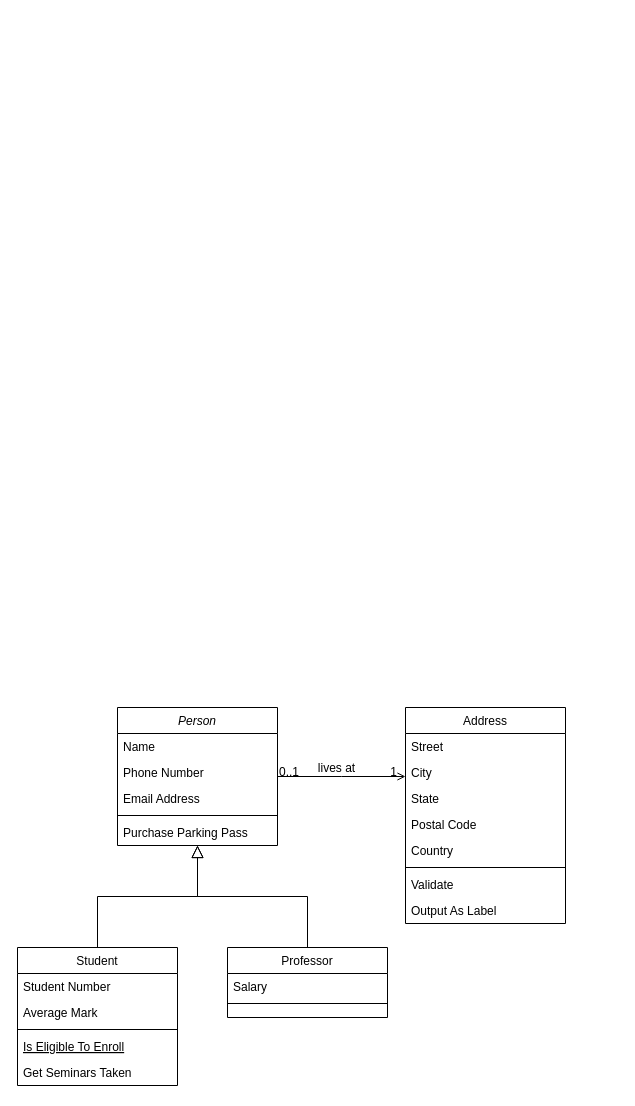
The draw.io diagram Untitled Diagram.drawio in lily-lorik/firstRepository, before the edit. Source tidied: cells renumbered, new cells numbered last; positions are measured from the earlier drawing's top-left corner, leaving out a move shared by most shapes. Both pictures are drawn from the tidied source at 100%, with x=0, y=0 at pixel (17, 707).
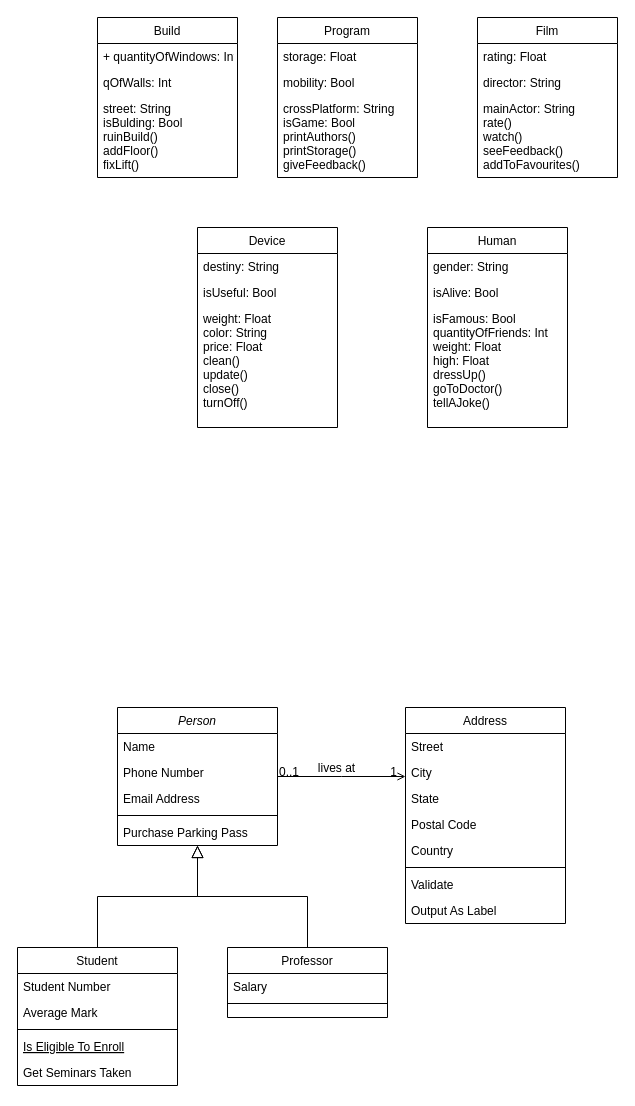
After the change.

Diff of the diagram source:
```diff
@@
+    <mxCell id="32" value="Build" style="swimlane;fontStyle=0;horizontal=1;startSize=26;fillColor=none;" parent="1" vertex="1">
+      <mxGeometry x="80" y="-690" width="140" height="160" as="geometry" />
+    </mxCell>
+    <mxCell id="33" value="+ quantityOfWindows: Int" style="text;strokeColor=none;fillColor=none;align=left;verticalAlign=top;spacingLeft=4;spacingRight=4;overflow=hidden;" parent="32" vertex="1">
+      <mxGeometry y="26" width="140" height="26" as="geometry" />
+    </mxCell>
+    <mxCell id="34" value="qOfWalls: Int" style="text;strokeColor=none;fillColor=none;align=left;verticalAlign=top;spacingLeft=4;spacingRight=4;overflow=hidden;" parent="32" vertex="1">
+      <mxGeometry y="52" width="140" height="26" as="geometry" />
+    </mxCell>
+    <mxCell id="35" value="street: String&#10;isBulding: Bool&#10;ruinBuild()&#10;addFloor()&#10;fixLift()" style="text;strokeColor=none;fillColor=none;align=left;verticalAlign=top;spacingLeft=4;spacingRight=4;overflow=hidden;" parent="32" vertex="1">
+      <mxGeometry y="78" width="140" height="82" as="geometry" />
+    </mxCell>
+    <mxCell id="36" value="Program" style="swimlane;fontStyle=0;horizontal=1;startSize=26;fillColor=none;" parent="1" vertex="1">
+      <mxGeometry x="260" y="-690" width="140" height="160" as="geometry" />
+    </mxCell>
+    <mxCell id="37" value="storage: Float" style="text;strokeColor=none;fillColor=none;align=left;verticalAlign=top;spacingLeft=4;spacingRight=4;overflow=hidden;" parent="36" vertex="1">
+      <mxGeometry y="26" width="140" height="26" as="geometry" />
+    </mxCell>
+    <mxCell id="38" value="mobility: Bool" style="text;strokeColor=none;fillColor=none;align=left;verticalAlign=top;spacingLeft=4;spacingRight=4;overflow=hidden;" parent="36" vertex="1">
+      <mxGeometry y="52" width="140" height="26" as="geometry" />
+    </mxCell>
+    <mxCell id="39" value="crossPlatform: String&#10;isGame: Bool&#10;printAuthors()&#10;printStorage()&#10;giveFeedback()" style="text;strokeColor=none;fillColor=none;align=left;verticalAlign=top;spacingLeft=4;spacingRight=4;overflow=hidden;" parent="36" vertex="1">
+      <mxGeometry y="78" width="140" height="82" as="geometry" />
+    </mxCell>
+    <mxCell id="40" value="Film" style="swimlane;fontStyle=0;horizontal=1;startSize=26;fillColor=none;" parent="1" vertex="1">
+      <mxGeometry x="460" y="-690" width="140" height="160" as="geometry" />
+    </mxCell>
+    <mxCell id="41" value="rating: Float" style="text;strokeColor=none;fillColor=none;align=left;verticalAlign=top;spacingLeft=4;spacingRight=4;overflow=hidden;" parent="40" vertex="1">
+      <mxGeometry y="26" width="140" height="26" as="geometry" />
+    </mxCell>
+    <mxCell id="42" value="director: String" style="text;strokeColor=none;fillColor=none;align=left;verticalAlign=top;spacingLeft=4;spacingRight=4;overflow=hidden;" parent="40" vertex="1">
+      <mxGeometry y="52" width="140" height="26" as="geometry" />
+    </mxCell>
+    <mxCell id="43" value="mainActor: String&#10;rate()&#10;watch()&#10;seeFeedback()&#10;addToFavourites()" style="text;strokeColor=none;fillColor=none;align=left;verticalAlign=top;spacingLeft=4;spacingRight=4;overflow=hidden;" parent="40" vertex="1">
+      <mxGeometry y="78" width="140" height="82" as="geometry" />
+    </mxCell>
+    <mxCell id="44" value="Device" style="swimlane;fontStyle=0;horizontal=1;startSize=26;fillColor=none;" parent="1" vertex="1">
+      <mxGeometry x="180" y="-480" width="140" height="200" as="geometry" />
+    </mxCell>
+    <mxCell id="45" value="destiny: String" style="text;strokeColor=none;fillColor=none;align=left;verticalAlign=top;spacingLeft=4;spacingRight=4;overflow=hidden;" parent="44" vertex="1">
+      <mxGeometry y="26" width="140" height="26" as="geometry" />
+    </mxCell>
+    <mxCell id="46" value="isUseful: Bool" style="text;strokeColor=none;fillColor=none;align=left;verticalAlign=top;spacingLeft=4;spacingRight=4;overflow=hidden;" parent="44" vertex="1">
+      <mxGeometry y="52" width="140" height="26" as="geometry" />
+    </mxCell>
+    <mxCell id="47" value="weight: Float&#10;color: String&#10;price: Float&#10;clean()&#10;update()&#10;close()&#10;turnOff()" style="text;strokeColor=none;fillColor=none;align=left;verticalAlign=top;spacingLeft=4;spacingRight=4;overflow=hidden;" parent="44" vertex="1">
+      <mxGeometry y="78" width="140" height="122" as="geometry" />
+    </mxCell>
+    <mxCell id="48" value="Human" style="swimlane;fontStyle=0;horizontal=1;startSize=26;fillColor=none;" parent="1" vertex="1">
+      <mxGeometry x="410" y="-480" width="140" height="200" as="geometry" />
+    </mxCell>
+    <mxCell id="49" value="gender: String" style="text;strokeColor=none;fillColor=none;align=left;verticalAlign=top;spacingLeft=4;spacingRight=4;overflow=hidden;" parent="48" vertex="1">
+      <mxGeometry y="26" width="140" height="26" as="geometry" />
+    </mxCell>
+    <mxCell id="50" value="isAlive: Bool" style="text;strokeColor=none;fillColor=none;align=left;verticalAlign=top;spacingLeft=4;spacingRight=4;overflow=hidden;" parent="48" vertex="1">
+      <mxGeometry y="52" width="140" height="26" as="geometry" />
+    </mxCell>
+    <mxCell id="51" value="isFamous: Bool&#10;quantityOfFriends: Int&#10;weight: Float&#10;high: Float&#10;dressUp()&#10;goToDoctor()&#10;tellAJoke()" style="text;strokeColor=none;fillColor=none;align=left;verticalAlign=top;spacingLeft=4;spacingRight=4;overflow=hidden;" parent="48" vertex="1">
+      <mxGeometry y="78" width="140" height="122" as="geometry" />
+    </mxCell>
```
